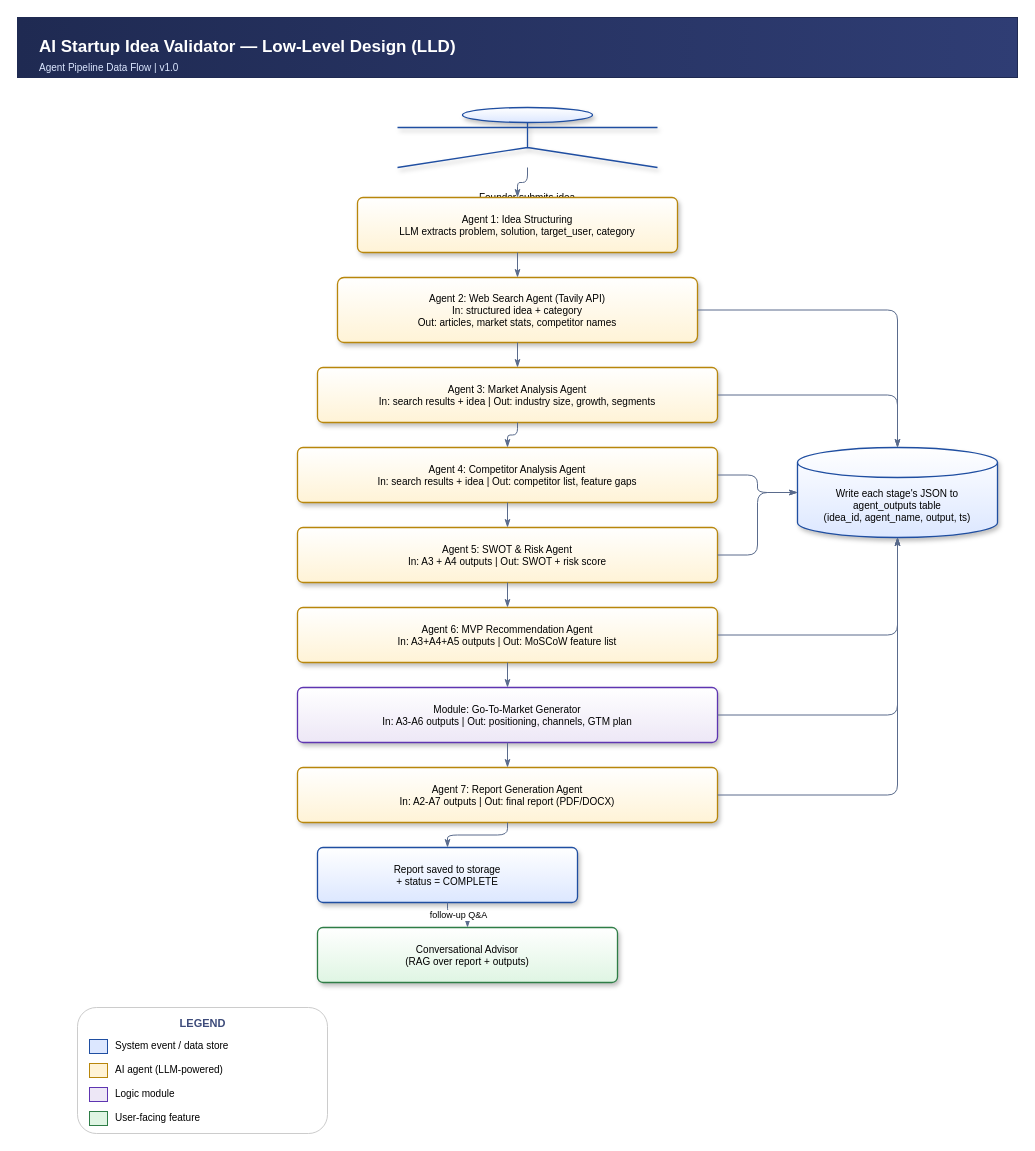
The draw.io diagram page "LLD - Agent Pipeline" (1 of 3) of docs/diagrams/LLD.drawio in Nikki03-tech/Ai-startup-idea-validator, before the edit. Source tidied: cells renumbered, new cells numbered last; positions are measured from the earlier drawing's top-left corner, leaving out a move shared by most shapes. Both pictures are drawn from the tidied source at 100%, with x=0, y=0 at pixel (17, 17).
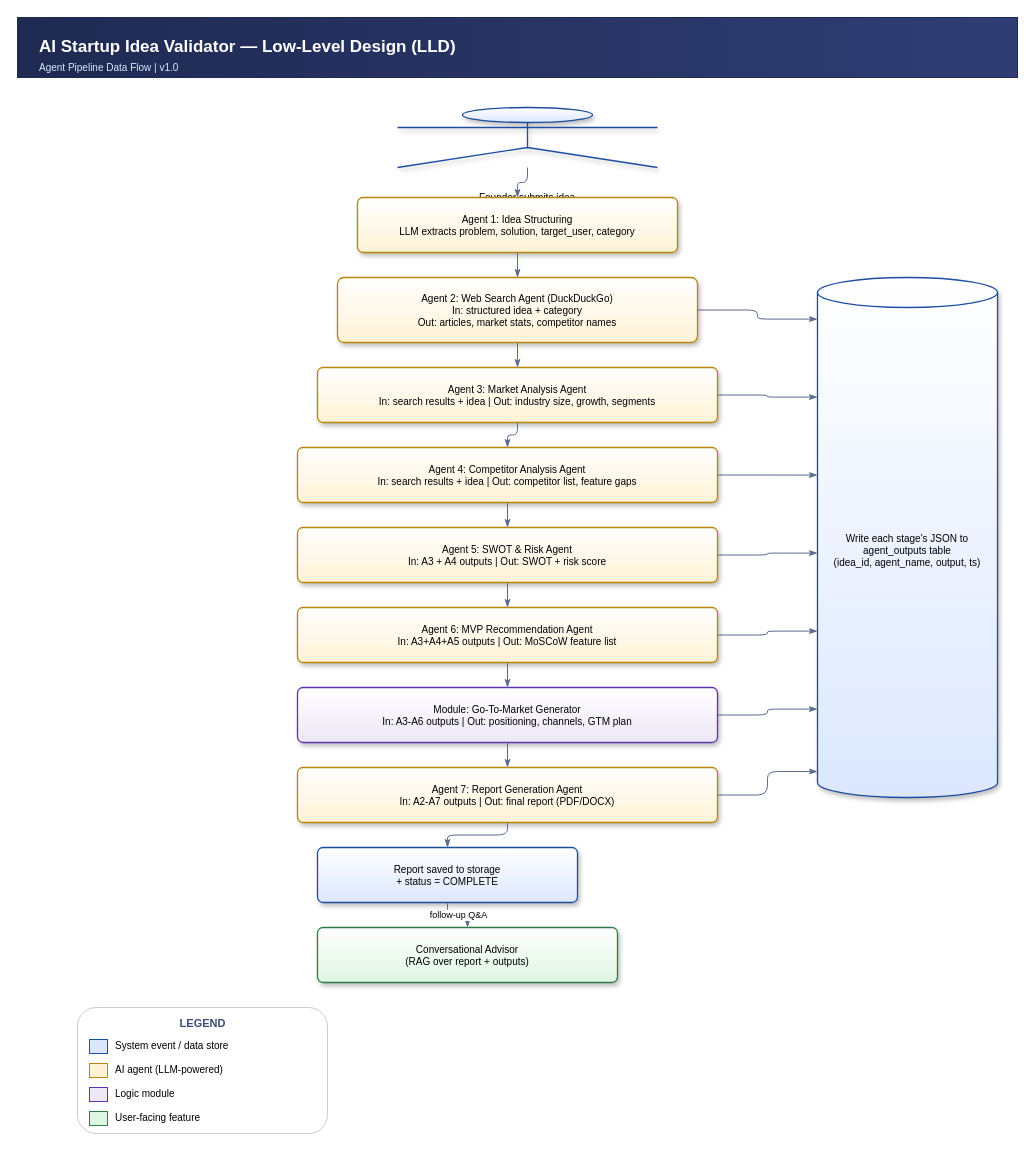
Above is the later version.

Commit message (it also covers changes not shown here):
Fix LLD data-flow arrows and correct tech stack labels (DuckDuckGo, Gemini)

The change refers to these unchanged cells:
```xml
<mxCell id="7" value="Agent 3: Market Analysis Agent&#10;In: search results + idea | Out: industry size, growth, segments" style="rounded=1;arcSize=10;whiteSpace=wrap;html=1;fillColor=#FFF3D6;gradientColor=#FFFFFF;gradientDirection=north;strokeColor=#B8860B;fontSize=10;fontFamily=Helvetica;shadow=1;strokeWidth=1.3;" parent="1" vertex="1">
  <mxGeometry x="300" y="350" width="400" height="55" as="geometry" />
</mxCell>
<mxCell id="8" value="Agent 4: Competitor Analysis Agent&#10;In: search results + idea | Out: competitor list, feature gaps" style="rounded=1;arcSize=10;whiteSpace=wrap;html=1;fillColor=#FFF3D6;gradientColor=#FFFFFF;gradientDirection=north;strokeColor=#B8860B;fontSize=10;fontFamily=Helvetica;shadow=1;strokeWidth=1.3;" parent="1" vertex="1">
  <mxGeometry x="280" y="430" width="420" height="55" as="geometry" />
</mxCell>
<mxCell id="9" value="Agent 5: SWOT &amp; Risk Agent&#10;In: A3 + A4 outputs | Out: SWOT + risk score" style="rounded=1;arcSize=10;whiteSpace=wrap;html=1;fillColor=#FFF3D6;gradientColor=#FFFFFF;gradientDirection=north;strokeColor=#B8860B;fontSize=10;fontFamily=Helvetica;shadow=1;strokeWidth=1.3;" parent="1" vertex="1">
  <mxGeometry x="280" y="510" width="420" height="55" as="geometry" />
</mxCell>
<mxCell id="10" value="Agent 6: MVP Recommendation Agent&#10;In: A3+A4+A5 outputs | Out: MoSCoW feature list" style="rounded=1;arcSize=10;whiteSpace=wrap;html=1;fillColor=#FFF3D6;gradientColor=#FFFFFF;gradientDirection=north;strokeColor=#B8860B;fontSize=10;fontFamily=Helvetica;shadow=1;strokeWidth=1.3;" parent="1" vertex="1">
  <mxGeometry x="280" y="590" width="420" height="55" as="geometry" />
</mxCell>
<mxCell id="11" value="Module: Go-To-Market Generator&#10;In: A3-A6 outputs | Out: positioning, channels, GTM plan" style="rounded=1;arcSize=10;whiteSpace=wrap;html=1;fillColor=#EDE7F6;gradientColor=#FFFFFF;gradientDirection=north;strokeColor=#5E35B1;fontSize=10;fontFamily=Helvetica;shadow=1;strokeWidth=1.3;" parent="1" vertex="1">
  <mxGeometry x="280" y="670" width="420" height="55" as="geometry" />
</mxCell>
<mxCell id="12" value="Agent 7: Report Generation Agent&#10;In: A2-A7 outputs | Out: final report (PDF/DOCX)" style="rounded=1;arcSize=10;whiteSpace=wrap;html=1;fillColor=#FFF3D6;gradientColor=#FFFFFF;gradientDirection=north;strokeColor=#B8860B;fontSize=10;fontFamily=Helvetica;shadow=1;strokeWidth=1.3;" parent="1" vertex="1">
  <mxGeometry x="280" y="750" width="420" height="55" as="geometry" />
</mxCell>
```

What changed in the source:
```diff
@@
-    <mxCell id="6" value="Agent 2: Web Search Agent (Tavily API)&#10;In: structured idea + category&#10;Out: articles, market stats, competitor names" style="rounded=1;arcSize=10;whiteSpace=wrap;html=1;fillColor=#FFF3D6;gradientColor=#FFFFFF;gradientDirection=north;strokeColor=#B8860B;fontSize=10;fontFamily=Helvetica;shadow=1;strokeWidth=1.3;" parent="1" vertex="1">
+    <mxCell id="6" value="Agent 2: Web Search Agent (DuckDuckGo)&#10;In: structured idea + category&#10;Out: articles, market stats, competitor names" style="rounded=1;arcSize=10;whiteSpace=wrap;html=1;fillColor=#FFF3D6;gradientColor=#FFFFFF;gradientDirection=north;strokeColor=#B8860B;fontSize=10;fontFamily=Helvetica;shadow=1;strokeWidth=1.3;" parent="1" vertex="1">
       <mxGeometry x="320" y="260" width="360" height="65" as="geometry" />
     </mxCell>
@@
     <mxCell id="13" value="Write each stage's JSON to&#10;agent_outputs table&#10;(idea_id, agent_name, output, ts)" style="shape=cylinder3;boundedLbl=1;whiteSpace=wrap;html=1;fillColor=#DCE7FF;gradientColor=#FFFFFF;gradientDirection=north;strokeColor=#1F4EA1;fontSize=10;fontFamily=Helvetica;shadow=1;strokeWidth=1.3;" parent="1" vertex="1">
-      <mxGeometry x="780" y="430" width="200" height="90" as="geometry" />
+      <mxGeometry x="800" y="260" width="180" height="520" as="geometry" />
     </mxCell>
@@
-    <mxCell id="26" style="edgeStyle=orthogonalEdgeStyle;rounded=1;html=1;fontSize=9;fontFamily=Helvetica;strokeColor=#5A6B8C;endArrow=classicThin;" parent="1" edge="1" source="6" target="13">
+    <mxCell id="26" style="edgeStyle=orthogonalEdgeStyle;rounded=1;html=1;fontSize=9;fontFamily=Helvetica;strokeColor=#5A6B8C;endArrow=classicThin;exitX=1;exitY=0.5;exitDx=0;exitDy=0;entryX=0;entryY=0.08;entryDx=0;entryDy=0;" parent="1" edge="1" source="6" target="13">
       <mxGeometry relative="1" as="geometry" />
     </mxCell>
-    <mxCell id="27" style="edgeStyle=orthogonalEdgeStyle;rounded=1;html=1;fontSize=9;fontFamily=Helvetica;strokeColor=#5A6B8C;endArrow=classicThin;" parent="1" edge="1" source="7" target="13">
+    <mxCell id="27" style="edgeStyle=orthogonalEdgeStyle;rounded=1;html=1;fontSize=9;fontFamily=Helvetica;strokeColor=#5A6B8C;endArrow=classicThin;exitX=1;exitY=0.5;exitDx=0;exitDy=0;entryX=0;entryY=0.23;entryDx=0;entryDy=0;" parent="1" edge="1" source="7" target="13">
       <mxGeometry relative="1" as="geometry" />
     </mxCell>
-    <mxCell id="28" style="edgeStyle=orthogonalEdgeStyle;rounded=1;html=1;fontSize=9;fontFamily=Helvetica;strokeColor=#5A6B8C;endArrow=classicThin;" parent="1" edge="1" source="8" target="13">
+    <mxCell id="28" style="edgeStyle=orthogonalEdgeStyle;rounded=1;html=1;fontSize=9;fontFamily=Helvetica;strokeColor=#5A6B8C;endArrow=classicThin;exitX=1;exitY=0.5;exitDx=0;exitDy=0;entryX=0;entryY=0.38;entryDx=0;entryDy=0;" parent="1" edge="1" source="8" target="13">
       <mxGeometry relative="1" as="geometry" />
     </mxCell>
-    <mxCell id="29" style="edgeStyle=orthogonalEdgeStyle;rounded=1;html=1;fontSize=9;fontFamily=Helvetica;strokeColor=#5A6B8C;endArrow=classicThin;" parent="1" edge="1" source="9" target="13">
+    <mxCell id="29" style="edgeStyle=orthogonalEdgeStyle;rounded=1;html=1;fontSize=9;fontFamily=Helvetica;strokeColor=#5A6B8C;endArrow=classicThin;exitX=1;exitY=0.5;exitDx=0;exitDy=0;entryX=0;entryY=0.53;entryDx=0;entryDy=0;" parent="1" edge="1" source="9" target="13">
       <mxGeometry relative="1" as="geometry" />
     </mxCell>
-    <mxCell id="30" style="edgeStyle=orthogonalEdgeStyle;rounded=1;html=1;fontSize=9;fontFamily=Helvetica;strokeColor=#5A6B8C;endArrow=classicThin;" parent="1" edge="1" source="10" target="13">
+    <mxCell id="30" style="edgeStyle=orthogonalEdgeStyle;rounded=1;html=1;fontSize=9;fontFamily=Helvetica;strokeColor=#5A6B8C;endArrow=classicThin;exitX=1;exitY=0.5;exitDx=0;exitDy=0;entryX=0;entryY=0.68;entryDx=0;entryDy=0;" parent="1" edge="1" source="10" target="13">
       <mxGeometry relative="1" as="geometry" />
     </mxCell>
-    <mxCell id="31" style="edgeStyle=orthogonalEdgeStyle;rounded=1;html=1;fontSize=9;fontFamily=Helvetica;strokeColor=#5A6B8C;endArrow=classicThin;" parent="1" edge="1" source="11" target="13">
+    <mxCell id="31" style="edgeStyle=orthogonalEdgeStyle;rounded=1;html=1;fontSize=9;fontFamily=Helvetica;strokeColor=#5A6B8C;endArrow=classicThin;exitX=1;exitY=0.5;exitDx=0;exitDy=0;entryX=0;entryY=0.83;entryDx=0;entryDy=0;" parent="1" edge="1" source="11" target="13">
       <mxGeometry relative="1" as="geometry" />
     </mxCell>
-    <mxCell id="32" style="edgeStyle=orthogonalEdgeStyle;rounded=1;html=1;fontSize=9;fontFamily=Helvetica;strokeColor=#5A6B8C;endArrow=classicThin;" parent="1" edge="1" source="12" target="13">
+    <mxCell id="32" style="edgeStyle=orthogonalEdgeStyle;rounded=1;html=1;fontSize=9;fontFamily=Helvetica;strokeColor=#5A6B8C;endArrow=classicThin;exitX=1;exitY=0.5;exitDx=0;exitDy=0;entryX=0;entryY=0.95;entryDx=0;entryDy=0;" parent="1" edge="1" source="12" target="13">
       <mxGeometry relative="1" as="geometry" />
     </mxCell>
```
